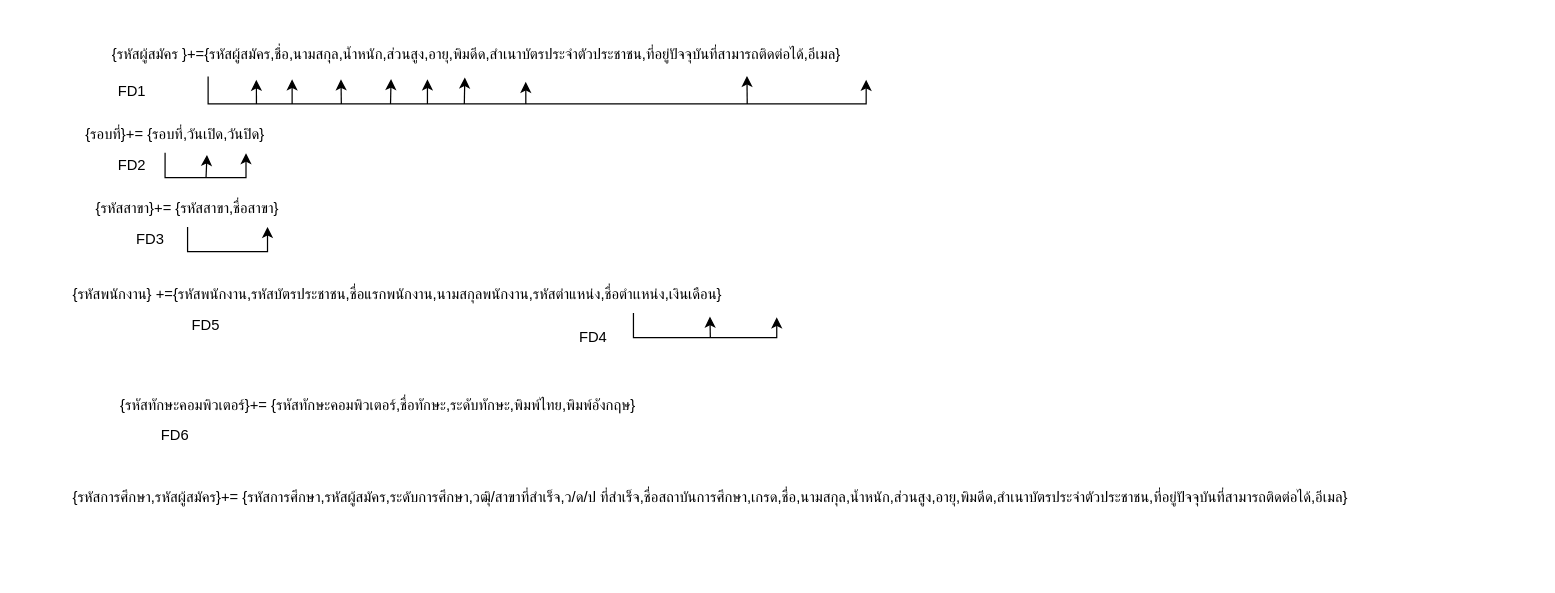
Above: page "หน้า-8" (9 of 9) of YZ.drawio in Exises/RandomSalt (draw.io), before the change. Source tidied: cells renumbered, new cells numbered last; positions are measured from the earlier drawing's top-left corner, leaving out a move shared by most shapes. Both pictures are drawn from the tidied source at 123%, with x=0, y=0 at pixel (21, 30).
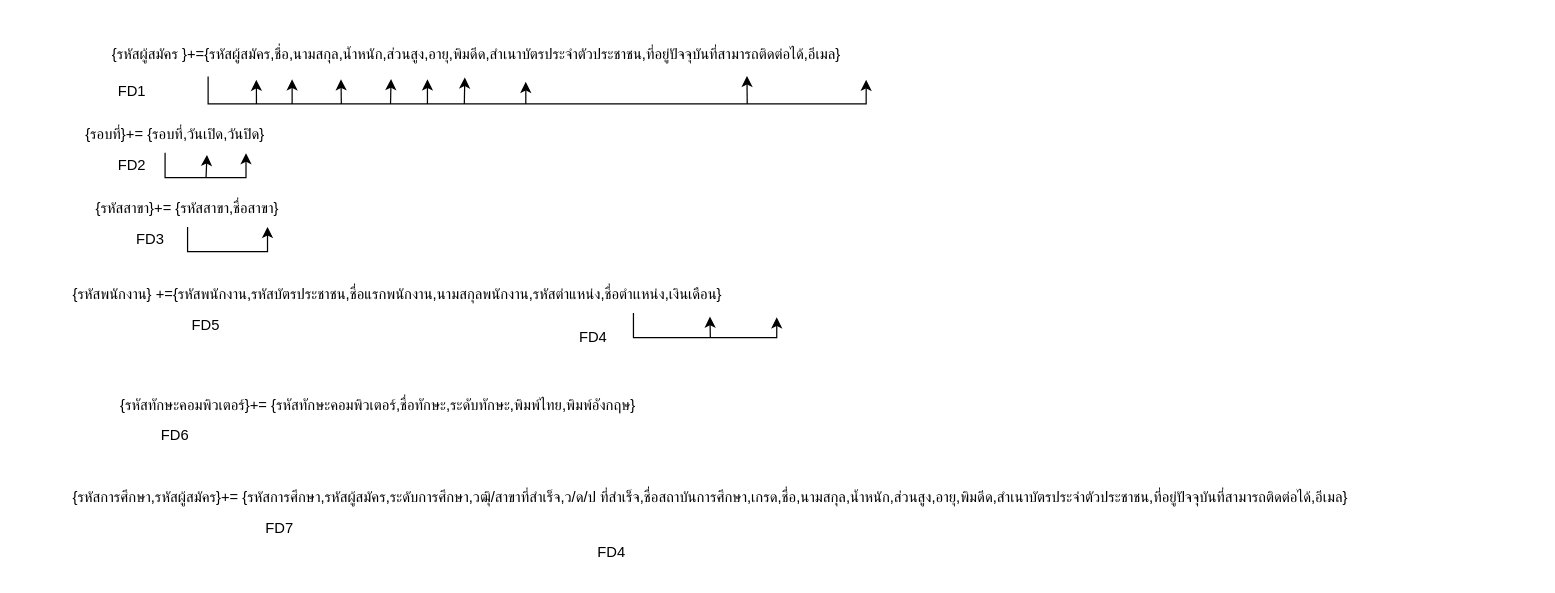
The same diagram, later.

Change to the diagram source:
```diff
@@
+    <mxCell id="28" value="FD7" style="text;html=1;align=center;verticalAlign=middle;whiteSpace=wrap;rounded=0;" parent="1" vertex="1">
+      <mxGeometry x="180" y="390" width="60" height="30" as="geometry" />
+    </mxCell>
+    <mxCell id="29" value="FD4" style="text;html=1;align=center;verticalAlign=middle;whiteSpace=wrap;rounded=0;" parent="1" vertex="1">
+      <mxGeometry x="450" y="410" width="60" height="30" as="geometry" />
+    </mxCell>
```
